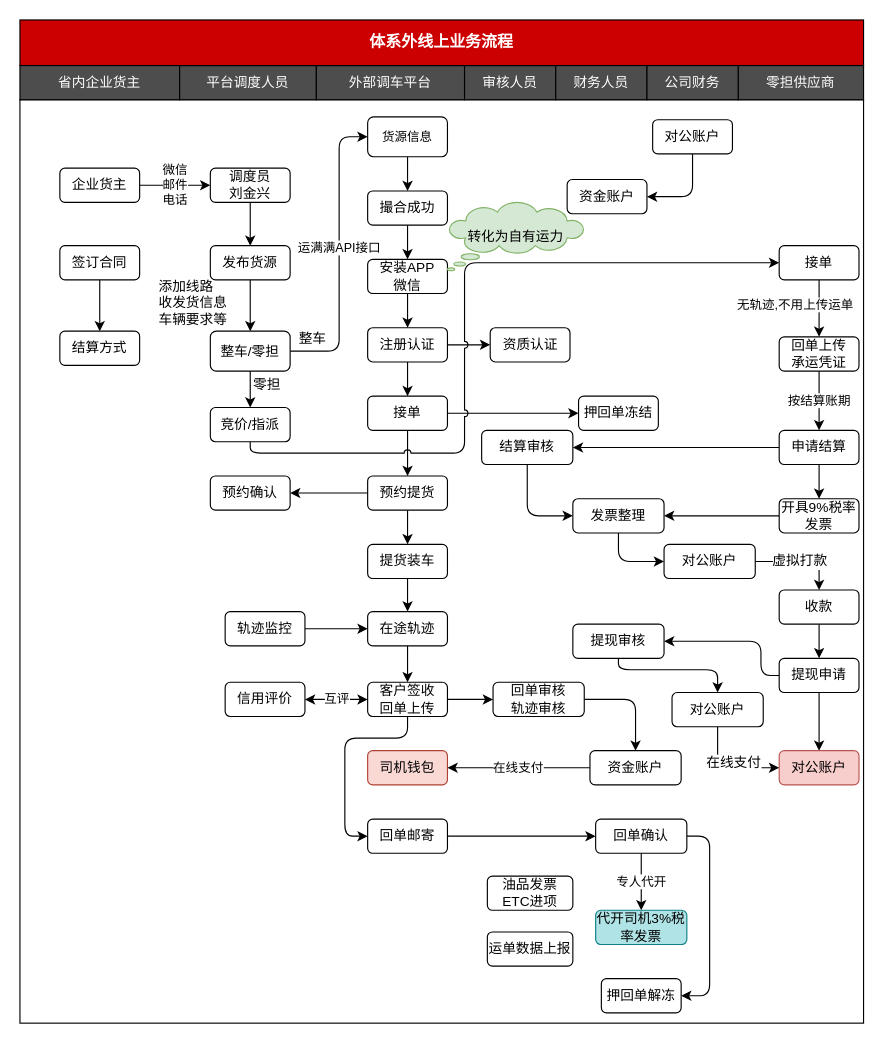
The draw.io diagram 体系外线上业务流程.drawio in chenyibang/rdpwrap, before the edit. Source tidied: cells renumbered, new cells numbered last; positions are measured from the earlier drawing's top-left corner, leaving out a move shared by most shapes. Both pictures are drawn from the tidied source at 114%, with x=0, y=0 at pixel (19, 19).
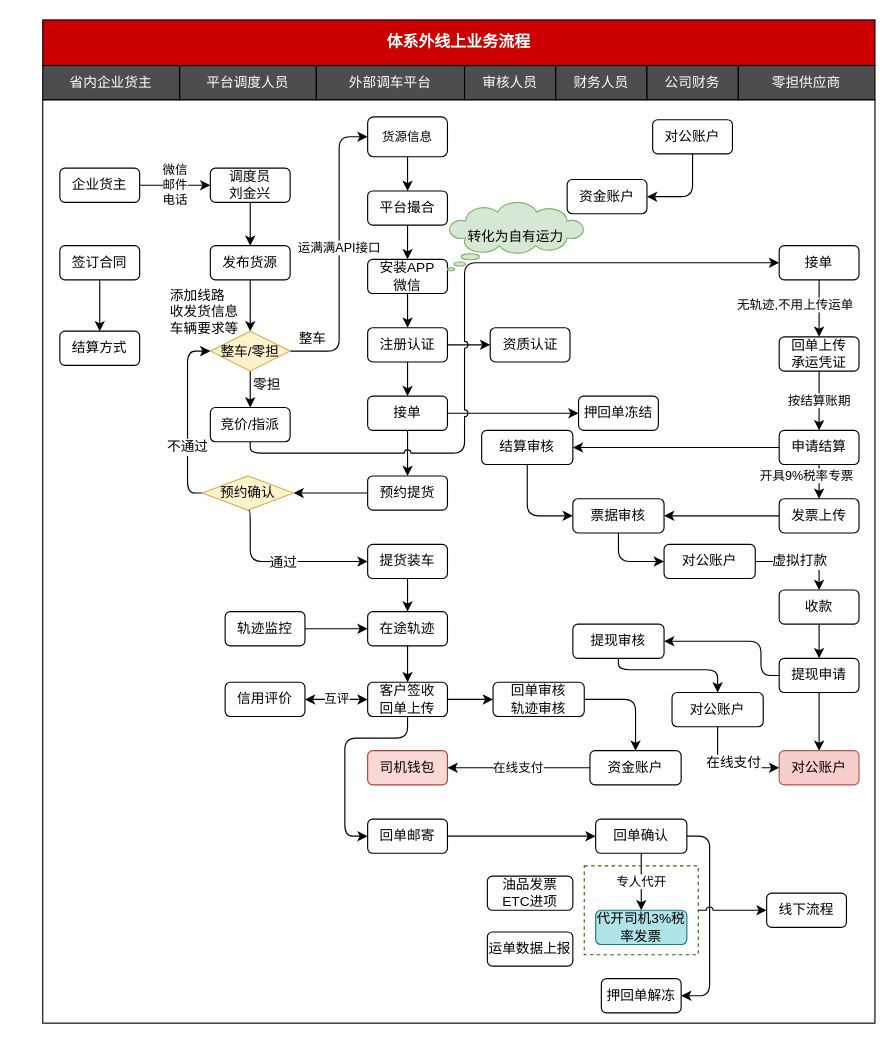
The same diagram, later.

Commit message:
更新体系外线上业务流程.drawio

Unchanged cells that the change refers to:
```xml
<mxCell id="16" value="申请结算" style="rounded=1;whiteSpace=wrap;html=1;" parent="1" vertex="1">
  <mxGeometry x="666" y="360" width="70" height="30" as="geometry" />
</mxCell>
<mxCell id="62" value="预约提货" style="rounded=1;whiteSpace=wrap;html=1;" parent="1" vertex="1">
  <mxGeometry x="305" y="400" width="70" height="30" as="geometry" />
</mxCell>
<mxCell id="66" value="提货装车" style="rounded=1;whiteSpace=wrap;html=1;" parent="1" vertex="1">
  <mxGeometry x="305" y="460" width="70" height="30" as="geometry" />
</mxCell>
```

What changed in the source:
```diff
@@
-    <mxCell id="2" style="rounded=0;whiteSpace=wrap;html=1;fontFamily=Courier New;fontColor=#000000;" parent="1" vertex="1">
-      <mxGeometry y="70" width="740" height="810" as="geometry" />
+    <mxCell id="2" style="rounded=0;whiteSpace=wrap;html=1;fontFamily=Courier New;fillColor=none;" parent="1" vertex="1">
+      <mxGeometry x="20" y="70" width="730" height="810" as="geometry" />
     </mxCell>
@@
     <mxCell id="6" value="体系外线上业务流程" style="rounded=0;whiteSpace=wrap;html=1;fillColor=#CC0000;fontColor=#FFFFFF;fontSize=14;fontStyle=1;fontFamily=Courier New;" parent="1" vertex="1">
-      <mxGeometry width="740" height="40" as="geometry" />
+      <mxGeometry x="20" width="730" height="40" as="geometry" />
     </mxCell>
@@
     <mxCell id="9" value="省内企业货主" style="rounded=0;whiteSpace=wrap;html=1;fillColor=#4D4D4D;fontColor=#FFFFFF;" parent="1" vertex="1">
-      <mxGeometry y="40" width="140" height="30" as="geometry" />
+      <mxGeometry x="20" y="40" width="120" height="30" as="geometry" />
     </mxCell>
@@
     <mxCell id="12" value="零担供应商" style="rounded=0;whiteSpace=wrap;html=1;fillColor=#4D4D4D;fontColor=#FFFFFF;" parent="1" vertex="1">
-      <mxGeometry x="630" y="40" width="110" height="30" as="geometry" />
+      <mxGeometry x="630" y="40" width="120" height="30" as="geometry" />
     </mxCell>
@@
-    <mxCell id="15" style="edgeStyle=orthogonalEdgeStyle;rounded=1;jumpStyle=arc;jettySize=auto;html=1;" parent="1" edge="1" source="16" target="84">
-      <mxGeometry relative="1" as="geometry" />
+    <mxCell id="15" value="开具9%税率专票" style="edgeStyle=orthogonalEdgeStyle;rounded=1;jumpStyle=arc;jettySize=auto;html=1;" parent="1" edge="1" source="16" target="84">
+      <mxGeometry x="0.2" y="-11" relative="1" as="geometry" />
     </mxCell>
@@
-    <mxCell id="22" value="撮合成功" style="rounded=1;whiteSpace=wrap;html=1;" parent="1" vertex="1">
+    <mxCell id="22" value="平台撮合" style="rounded=1;whiteSpace=wrap;html=1;" parent="1" vertex="1">
       <mxGeometry x="305" y="150" width="70" height="30" as="geometry" />
     </mxCell>
@@
-    <mxCell id="36" value="发票整理" style="rounded=1;whiteSpace=wrap;html=1;" parent="1" vertex="1">
+    <mxCell id="36" value="票据审核" style="rounded=1;whiteSpace=wrap;html=1;" parent="1" vertex="1">
       <mxGeometry x="485" y="420" width="80" height="30" as="geometry" />
     </mxCell>
@@
-    <mxCell id="39" value="整车/零担" style="rounded=1;whiteSpace=wrap;html=1;" parent="1" vertex="1">
+    <mxCell id="39" value="整车/零担" style="rhombus;whiteSpace=wrap;html=1;strokeColor=#d6b656;fillColor=#fff2cc;" parent="1" vertex="1">
       <mxGeometry x="167" y="273" width="70" height="35" as="geometry" />
     </mxCell>
@@
-    <mxCell id="61" style="edgeStyle=orthogonalEdgeStyle;rounded=1;jettySize=auto;html=1;" parent="1" edge="1" source="62" target="66">
-      <mxGeometry relative="1" as="geometry" />
-    </mxCell>
@@
+    <mxCell id="102" style="edgeStyle=orthogonalEdgeStyle;rounded=1;jumpStyle=arc;jettySize=auto;html=1;entryX=0;entryY=0.5;entryDx=0;entryDy=0;exitX=0.5;exitY=1;exitDx=0;exitDy=0;" parent="1" edge="1" source="63" target="66">
+      <mxGeometry relative="1" as="geometry">
+        <Array as="points">
+          <mxPoint x="202" y="430" />
+          <mxPoint x="202" y="475" />
+        </Array>
+      </mxGeometry>
+    </mxCell>
+    <mxCell id="103" value="通过" style="text;html=1;align=center;verticalAlign=middle;labelBackgroundColor=#ffffff;" parent="102" vertex="1">
+      <mxGeometry x="-0.39" y="25" relative="1" as="geometry">
+        <mxPoint x="3" y="1" as="offset" />
+      </mxGeometry>
+    </mxCell>
+    <mxCell id="104" style="edgeStyle=orthogonalEdgeStyle;rounded=1;jumpStyle=arc;jettySize=auto;html=1;entryX=0;entryY=0.5;entryDx=0;entryDy=0;" parent="1" edge="1" source="63" target="39">
+      <mxGeometry relative="1" as="geometry">
+        <Array as="points">
+          <mxPoint x="147" y="415" />
+          <mxPoint x="147" y="291" />
+        </Array>
+      </mxGeometry>
+    </mxCell>
+    <mxCell id="105" value="不通过" style="text;html=1;align=center;verticalAlign=middle;labelBackgroundColor=#ffffff;" parent="104" vertex="1">
+      <mxGeometry x="-0.32" y="1" relative="1" as="geometry" />
+    </mxCell>
-    <mxCell id="63" value="预约确认" style="rounded=1;whiteSpace=wrap;html=1;" parent="1" vertex="1">
-      <mxGeometry x="167" y="400" width="70" height="30" as="geometry" />
+    <mxCell id="63" value="预约确认" style="rhombus;whiteSpace=wrap;html=1;strokeColor=#d6b656;fillColor=#fff2cc;" parent="1" vertex="1">
+      <mxGeometry x="160" y="400" width="80" height="30" as="geometry" />
     </mxCell>
@@
     <mxCell id="73" value="添加线路&lt;br&gt;收发货信息&lt;br&gt;车辆要求等" style="text;html=1;" parent="1" vertex="1">
-      <mxGeometry x="120" y="220" width="60" height="30" as="geometry" />
+      <mxGeometry x="130" y="228" width="60" height="30" as="geometry" />
     </mxCell>
@@
-    <mxCell id="84" value="开具9%税率发票" style="rounded=1;whiteSpace=wrap;html=1;" parent="1" vertex="1">
+    <mxCell id="84" value="发票上传" style="rounded=1;whiteSpace=wrap;html=1;" parent="1" vertex="1">
       <mxGeometry x="666" y="420" width="70" height="30" as="geometry" />
     </mxCell>
@@
+    <mxCell id="106" style="edgeStyle=orthogonalEdgeStyle;rounded=0;jettySize=auto;html=1;entryX=0;entryY=0.5;entryDx=0;entryDy=0;jumpStyle=arc;" parent="1" edge="1" source="107" target="108">
+      <mxGeometry relative="1" as="geometry" />
+    </mxCell>
+    <mxCell id="107" style="rounded=0;whiteSpace=wrap;html=1;fillColor=none;dashed=1;strokeColor=#336600;" parent="1" vertex="1">
+      <mxGeometry x="495" y="742" width="100" height="78" as="geometry" />
+    </mxCell>
+    <mxCell id="108" value="线下流程" style="rounded=1;whiteSpace=wrap;html=1;" parent="1" vertex="1">
+      <mxGeometry x="655" y="766" width="70" height="30" as="geometry" />
+    </mxCell>
+    <mxCell id="109" style="edgeStyle=orthogonalEdgeStyle;rounded=1;jumpStyle=arc;orthogonalLoop=1;jettySize=auto;html=1;exitX=0.5;exitY=1;exitDx=0;exitDy=0;" parent="1" edge="1" source="73" target="73">
+      <mxGeometry relative="1" as="geometry" />
+    </mxCell>
```
